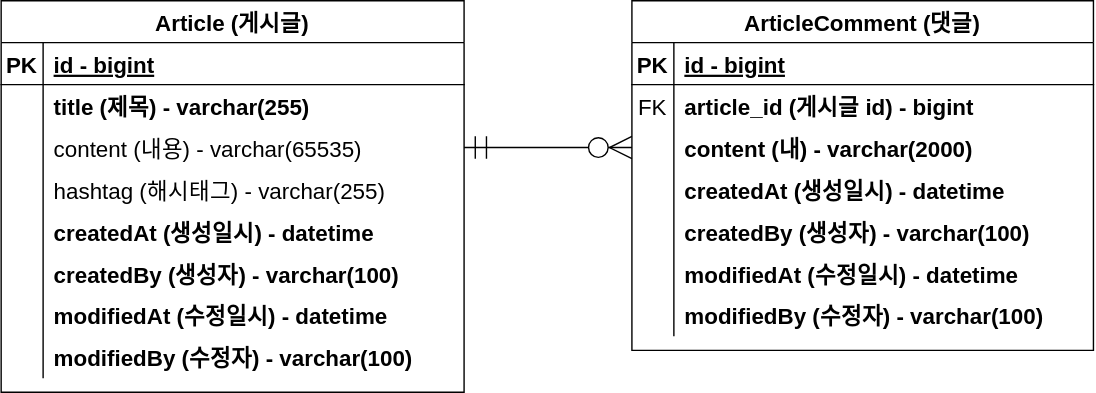
Earlier version of the draw.io export document/project-board-erd.drawio.svg (meanzi3/project-board). Source tidied: cells renumbered, new cells last; positions are measured from the earlier drawing's top-left corner, leaving out a move shared by most shapes.
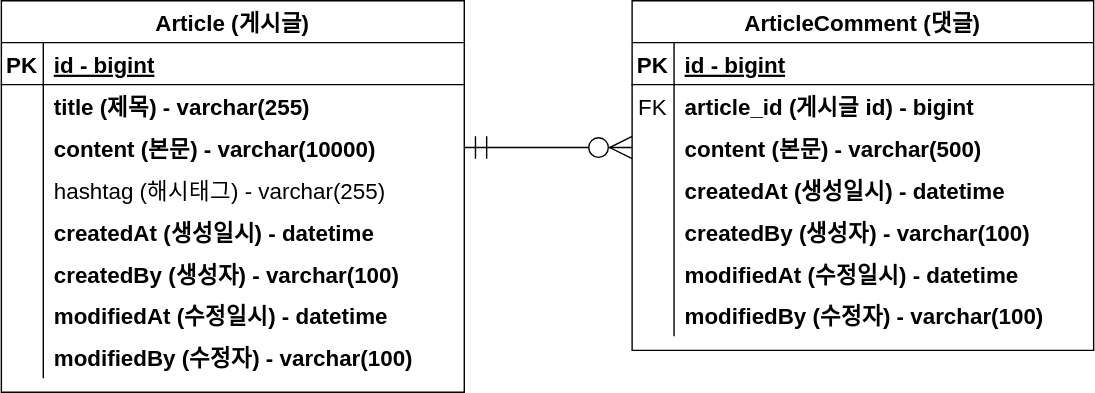
After the change.

Commit message:
#10 - erd 업데이트 : content 주석, 사이즈 변경

What changed in the source:
```diff
@@ -29,7 +29,7 @@
     <mxCell id="10" style="shape=partialRectangle;fillColor=none;top=0;left=0;bottom=0;right=0;overflow=hidden;fontSize=16;" parent="9" vertex="1">
       <mxGeometry width="30" height="30" as="geometry" />
     </mxCell>
-    <mxCell id="11" value="content (내용) - varchar(65535)" style="shape=partialRectangle;fillColor=none;top=0;left=0;bottom=0;right=0;align=left;spacingLeft=6;overflow=hidden;fontSize=16;" parent="9" vertex="1">
+    <mxCell id="11" value="content (본문) - varchar(10000)" style="shape=partialRectangle;fillColor=none;top=0;left=0;bottom=0;right=0;align=left;spacingLeft=6;overflow=hidden;fontSize=16;fontStyle=1;" parent="9" vertex="1">
       <mxGeometry x="30" width="301" height="30" as="geometry" />
     </mxCell>
     <mxCell id="12" style="shape=tableRow;horizontal=0;startSize=0;swimlaneHead=0;swimlaneBody=0;fillColor=none;top=0;left=0;right=0;bottom=0;fontSize=16;" parent="2" vertex="1">
@@ -104,7 +104,7 @@
     <mxCell id="35" style="shape=partialRectangle;fillColor=none;top=0;left=0;bottom=0;right=0;overflow=hidden;fontSize=16;" parent="34" vertex="1">
       <mxGeometry width="30" height="30" as="geometry" />
     </mxCell>
-    <mxCell id="36" value="content (내) - varchar(2000)" style="shape=partialRectangle;fillColor=none;top=0;left=0;bottom=0;right=0;align=left;spacingLeft=6;overflow=hidden;fontSize=16;fontStyle=1;" parent="34" vertex="1">
+    <mxCell id="36" value="content (본문) - varchar(500)" style="shape=partialRectangle;fillColor=none;top=0;left=0;bottom=0;right=0;align=left;spacingLeft=6;overflow=hidden;fontSize=16;fontStyle=1;" parent="34" vertex="1">
       <mxGeometry x="30" width="300" height="30" as="geometry" />
     </mxCell>
     <mxCell id="37" style="shape=tableRow;horizontal=0;startSize=0;swimlaneHead=0;swimlaneBody=0;fillColor=none;top=0;left=0;right=0;bottom=0;fontSize=16;" parent="27" vertex="1">
```
